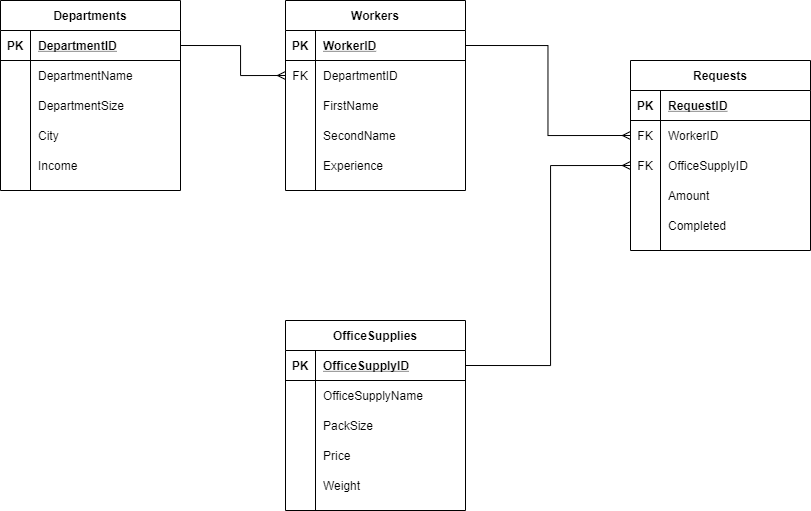
This is lab1/Model-Страница 1.png from alena-zayts/BMSTU_5sem_databases, a draw.io export, as it was before one commit. Source tidied: cells renumbered, new cells last; positions are measured from the earlier drawing's top-left corner, leaving out a move shared by most shapes.
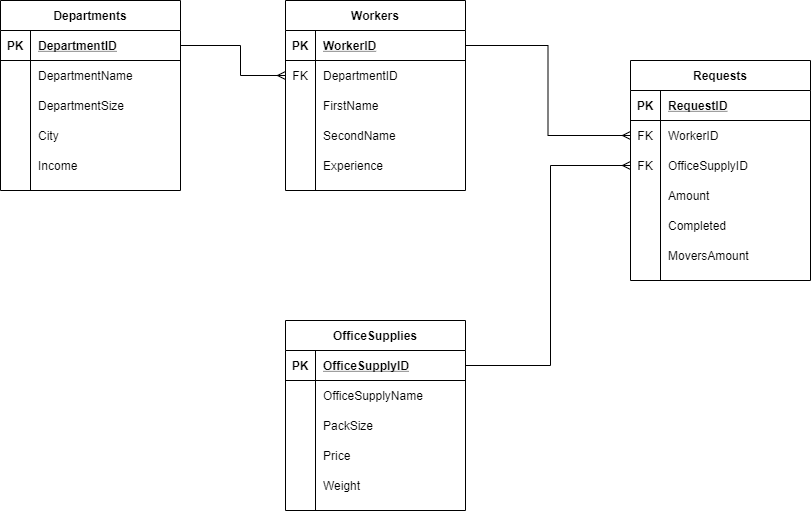
The same file after the commit.

The edit, as a diff of the source:
```diff
@@ -3,7 +3,7 @@
     <mxCell id="0" />
     <mxCell id="1" parent="0" />
     <mxCell id="2" value="Requests" style="shape=table;startSize=30;rowLines=0;fontStyle=1;align=center;" parent="1" vertex="1">
-      <mxGeometry x="630" y="60" width="180" height="190" as="geometry" />
+      <mxGeometry x="630" y="60" width="180" height="220" as="geometry" />
     </mxCell>
     <mxCell id="3" style="shape=partialRectangle;fillColor=none;top=0;left=0;bottom=1;right=0;" parent="2" vertex="1">
       <mxGeometry y="30" width="180" height="30" as="geometry" />
@@ -50,6 +50,15 @@
     <mxCell id="17" value="Completed" style="shape=partialRectangle;fillColor=none;top=0;left=0;bottom=0;right=0;align=left;spacingLeft=6;overflow=hidden;" parent="15" vertex="1">
       <mxGeometry x="30" width="150" height="30" as="geometry" />
     </mxCell>
+    <mxCell id="69" style="shape=partialRectangle;fillColor=none;top=0;left=0;bottom=0;right=0;" parent="2" vertex="1">
+      <mxGeometry y="180" width="180" height="30" as="geometry" />
+    </mxCell>
+    <mxCell id="70" style="shape=partialRectangle;fillColor=none;top=0;left=0;bottom=0;right=0;overflow=hidden;" parent="69" vertex="1">
+      <mxGeometry width="30" height="30" as="geometry" />
+    </mxCell>
+    <mxCell id="71" value="MoversAmount" style="shape=partialRectangle;fillColor=none;top=0;left=0;bottom=0;right=0;align=left;spacingLeft=6;overflow=hidden;" parent="69" vertex="1">
+      <mxGeometry x="30" width="150" height="30" as="geometry" />
+    </mxCell>
     <mxCell id="18" style="edgeStyle=orthogonalEdgeStyle;rounded=0;jettySize=auto;html=1;exitX=1;exitY=0.5;exitDx=0;exitDy=0;endArrow=ERmany;endFill=0;entryX=0;entryY=0.5;entryDx=0;entryDy=0;" parent="1" edge="1" source="20" target="6">
       <mxGeometry relative="1" as="geometry" />
     </mxCell>
```
